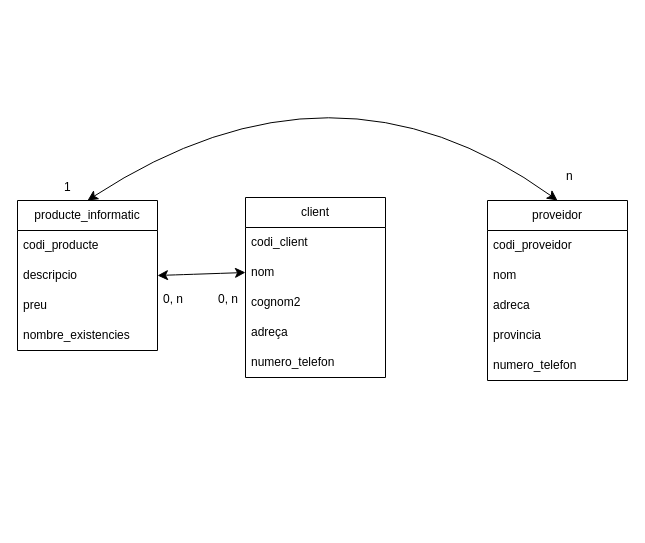
Earlier version of the draw.io diagram Exerecici_R2(3).drawio (victor06-git/Progam_with_Victor). Source tidied: cells renumbered, new cells numbered last; positions are measured from the earlier drawing's top-left corner, leaving out a move shared by most shapes. Both pictures are drawn from the tidied source at 100%, with x=0, y=0 at pixel (17, 39).
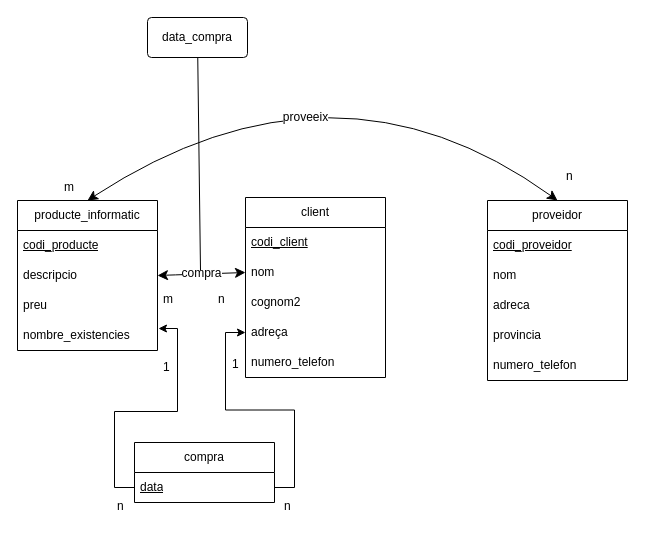
After the change.

The change refers to these unchanged cells:
```xml
<mxCell id="2" value="producte_informatic" style="swimlane;fontStyle=0;horizontal=1;startSize=30;whiteSpace=wrap;html=1;" parent="1" vertex="1">
  <mxGeometry y="161" width="140" height="150" as="geometry" />
</mxCell>
<mxCell id="6" value="nombre_existencies" style="text;strokeColor=none;fillColor=none;align=left;verticalAlign=middle;spacingLeft=4;spacingRight=4;overflow=hidden;points=[[0,0.5],[1,0.5]];portConstraint=eastwest;whiteSpace=wrap;html=1;" parent="2" vertex="1">
  <mxGeometry y="120" width="140" height="30" as="geometry" />
</mxCell>
<mxCell id="7" value="client" style="swimlane;fontStyle=0;horizontal=1;startSize=30;whiteSpace=wrap;html=1;" parent="1" vertex="1">
  <mxGeometry x="228" y="158" width="140" height="180" as="geometry" />
</mxCell>
<mxCell id="11" value="adreça" style="text;strokeColor=none;fillColor=none;align=left;verticalAlign=middle;spacingLeft=4;spacingRight=4;overflow=hidden;points=[[0,0.5],[1,0.5]];portConstraint=eastwest;whiteSpace=wrap;html=1;" parent="7" vertex="1">
  <mxGeometry y="120" width="140" height="30" as="geometry" />
</mxCell>
<mxCell id="13" value="proveidor" style="swimlane;fontStyle=0;horizontal=1;startSize=30;whiteSpace=wrap;html=1;" parent="1" vertex="1">
  <mxGeometry x="470" y="161" width="140" height="180" as="geometry" />
</mxCell>
<mxCell id="19" style="endArrow=classic;startArrow=classic;html=1;rounded=0;fontSize=12;startSize=8;endSize=8;curved=1;exitX=1;exitY=0.5;exitDx=0;exitDy=0;entryX=0;entryY=0.5;entryDx=0;entryDy=0;" parent="1" edge="1" source="4" target="9">
  <mxGeometry relative="1" as="geometry" />
</mxCell>
<mxCell id="20" style="endArrow=classic;startArrow=classic;html=1;rounded=0;fontSize=12;startSize=8;endSize=8;curved=1;exitX=0.5;exitY=0;exitDx=0;exitDy=0;entryX=0.5;entryY=0;entryDx=0;entryDy=0;" parent="1" edge="1" source="2" target="13">
  <mxGeometry relative="1" as="geometry">
    <Array as="points">
      <mxPoint x="317" />
    </Array>
  </mxGeometry>
</mxCell>
```

Diff of the diagram source:
```diff
@@
-    <mxCell id="3" value="codi_producte" style="text;strokeColor=none;fillColor=none;align=left;verticalAlign=middle;spacingLeft=4;spacingRight=4;overflow=hidden;whiteSpace=wrap;html=1;" parent="2" vertex="1">
+    <mxCell id="3" value="&lt;u&gt;codi_producte&lt;/u&gt;" style="text;strokeColor=none;fillColor=none;align=left;verticalAlign=middle;spacingLeft=4;spacingRight=4;overflow=hidden;whiteSpace=wrap;html=1;" parent="2" vertex="1">
       <mxGeometry y="30" width="140" height="30" as="geometry" />
     </mxCell>
@@
-    <mxCell id="8" value="codi_client" style="text;strokeColor=none;fillColor=none;align=left;verticalAlign=middle;spacingLeft=4;spacingRight=4;overflow=hidden;whiteSpace=wrap;html=1;" parent="7" vertex="1">
+    <mxCell id="8" value="&lt;u&gt;codi_client&lt;/u&gt;" style="text;strokeColor=none;fillColor=none;align=left;verticalAlign=middle;spacingLeft=4;spacingRight=4;overflow=hidden;whiteSpace=wrap;html=1;" parent="7" vertex="1">
       <mxGeometry y="30" width="140" height="30" as="geometry" />
     </mxCell>
@@
-    <mxCell id="14" value="codi_proveidor" style="text;strokeColor=none;fillColor=none;align=left;verticalAlign=middle;spacingLeft=4;spacingRight=4;overflow=hidden;whiteSpace=wrap;html=1;" parent="13" vertex="1">
+    <mxCell id="14" value="&lt;u&gt;codi_proveidor&lt;/u&gt;" style="text;strokeColor=none;fillColor=none;align=left;verticalAlign=middle;spacingLeft=4;spacingRight=4;overflow=hidden;whiteSpace=wrap;html=1;" parent="13" vertex="1">
       <mxGeometry y="30" width="140" height="30" as="geometry" />
     </mxCell>
@@
+    <mxCell id="25" value="&lt;font style=&quot;font-size: 12px;&quot;&gt;compra&lt;/font&gt;" style="edgeLabel;html=1;align=center;verticalAlign=middle;" parent="19" vertex="1">
+      <mxGeometry x="0.07" relative="1" as="geometry">
+        <mxPoint x="-3" y="-1" as="offset" />
+      </mxGeometry>
+    </mxCell>
@@
+    <mxCell id="26" value="&lt;font style=&quot;font-size: 12px;&quot;&gt;proveeix&lt;/font&gt;" style="edgeLabel;html=1;align=center;verticalAlign=middle;" parent="20" vertex="1">
+      <mxGeometry x="-0.2" y="-49" relative="1" as="geometry" />
+    </mxCell>
-    <mxCell id="21" value="1" style="text;strokeColor=none;fillColor=none;spacingLeft=4;spacingRight=4;overflow=hidden;fontSize=12;whiteSpace=wrap;html=1;" parent="1" vertex="1">
+    <mxCell id="21" value="m" style="text;strokeColor=none;fillColor=none;spacingLeft=4;spacingRight=4;overflow=hidden;fontSize=12;whiteSpace=wrap;html=1;" parent="1" vertex="1">
       <mxGeometry x="41" y="134" width="40" height="30" as="geometry" />
     </mxCell>
@@
-    <mxCell id="23" value="0, n" style="text;strokeColor=none;fillColor=none;spacingLeft=4;spacingRight=4;overflow=hidden;fontSize=12;whiteSpace=wrap;html=1;" parent="1" vertex="1">
+    <mxCell id="23" value="m" style="text;strokeColor=none;fillColor=none;spacingLeft=4;spacingRight=4;overflow=hidden;fontSize=12;whiteSpace=wrap;html=1;" parent="1" vertex="1">
       <mxGeometry x="140" y="246" width="40" height="30" as="geometry" />
     </mxCell>
-    <mxCell id="24" value="0, n" style="text;strokeColor=none;fillColor=none;spacingLeft=4;spacingRight=4;overflow=hidden;fontSize=12;whiteSpace=wrap;html=1;" parent="1" vertex="1">
+    <mxCell id="24" value="n" style="text;strokeColor=none;fillColor=none;spacingLeft=4;spacingRight=4;overflow=hidden;fontSize=12;whiteSpace=wrap;html=1;" parent="1" vertex="1">
       <mxGeometry x="195" y="246" width="40" height="30" as="geometry" />
     </mxCell>
+    <mxCell id="27" value="compra" style="swimlane;fontStyle=0;horizontal=1;startSize=30;whiteSpace=wrap;html=1;" parent="1" vertex="1">
+      <mxGeometry x="117" y="403" width="140" height="60" as="geometry" />
+    </mxCell>
+    <mxCell id="28" value="&lt;u&gt;data&lt;/u&gt;" style="text;strokeColor=none;fillColor=none;align=left;verticalAlign=middle;spacingLeft=4;spacingRight=4;overflow=hidden;points=[[0,0.5],[1,0.5]];portConstraint=eastwest;whiteSpace=wrap;html=1;" parent="27" vertex="1">
+      <mxGeometry y="30" width="140" height="30" as="geometry" />
+    </mxCell>
+    <mxCell id="29" style="edgeStyle=orthogonalEdgeStyle;rounded=0;jettySize=auto;html=1;exitX=0;exitY=0.5;exitDx=0;exitDy=0;entryX=1.007;entryY=0.267;entryDx=0;entryDy=0;entryPerimeter=0;" parent="1" edge="1" source="28" target="6">
+      <mxGeometry relative="1" as="geometry" />
+    </mxCell>
+    <mxCell id="30" style="edgeStyle=orthogonalEdgeStyle;rounded=0;jettySize=auto;html=1;exitX=1;exitY=0.5;exitDx=0;exitDy=0;entryX=0;entryY=0.5;entryDx=0;entryDy=0;" parent="1" edge="1" source="28" target="11">
+      <mxGeometry relative="1" as="geometry" />
+    </mxCell>
+    <mxCell id="31" value="n" style="text;strokeColor=none;fillColor=none;spacingLeft=4;spacingRight=4;overflow=hidden;fontSize=12;whiteSpace=wrap;html=1;" parent="1" vertex="1">
+      <mxGeometry x="94" y="453" width="40" height="30" as="geometry" />
+    </mxCell>
+    <mxCell id="32" value="n" style="text;strokeColor=none;fillColor=none;spacingLeft=4;spacingRight=4;overflow=hidden;fontSize=12;whiteSpace=wrap;html=1;" parent="1" vertex="1">
+      <mxGeometry x="261" y="453" width="40" height="30" as="geometry" />
+    </mxCell>
+    <mxCell id="33" value="1" style="text;strokeColor=none;fillColor=none;spacingLeft=4;spacingRight=4;overflow=hidden;fontSize=12;whiteSpace=wrap;html=1;" parent="1" vertex="1">
+      <mxGeometry x="209" y="311" width="40" height="30" as="geometry" />
+    </mxCell>
+    <mxCell id="34" value="1" style="text;strokeColor=none;fillColor=none;spacingLeft=4;spacingRight=4;overflow=hidden;fontSize=12;whiteSpace=wrap;html=1;" parent="1" vertex="1">
+      <mxGeometry x="140" y="314" width="40" height="30" as="geometry" />
+    </mxCell>
+    <mxCell id="35" style="endArrow=none;html=1;rounded=0;" parent="1" edge="1" target="36">
+      <mxGeometry relative="1" as="geometry">
+        <mxPoint x="183" y="231" as="sourcePoint" />
+      </mxGeometry>
+    </mxCell>
+    <mxCell id="36" value="data_compra" style="rounded=1;arcSize=10;whiteSpace=wrap;html=1;align=center;" parent="1" vertex="1">
+      <mxGeometry x="130" y="-22" width="100" height="40" as="geometry" />
+    </mxCell>
```
